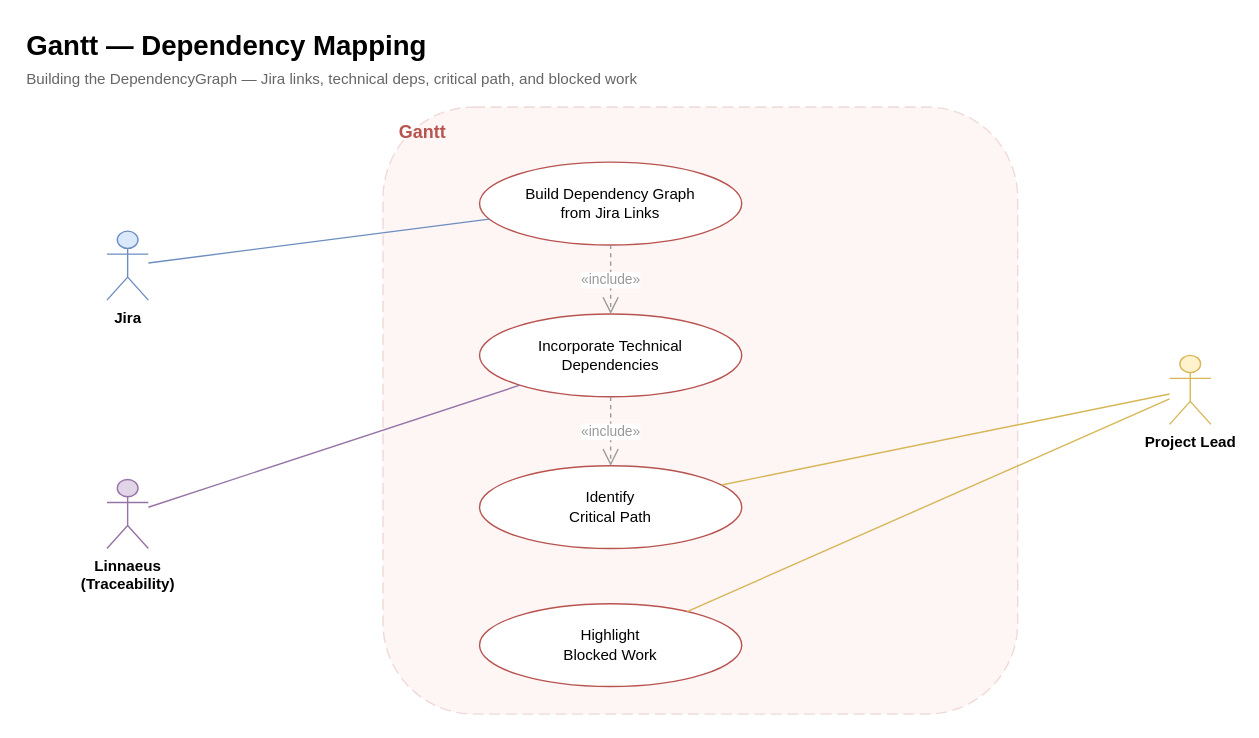
This is page "2 — Dependency Mapping" (2 of 4) of docs/diagrams/workforce/GANTT_USE_CASE.drawio from jmac-cornelis/agent-workforce, a draw.io file, before an edit. Source tidied: cells renumbered, new cells numbered last; positions are measured from the earlier drawing's top-left corner, leaving out a move shared by most shapes. Both pictures are drawn from the tidied source at 138%, with x=0, y=0 at pixel (23, 23).
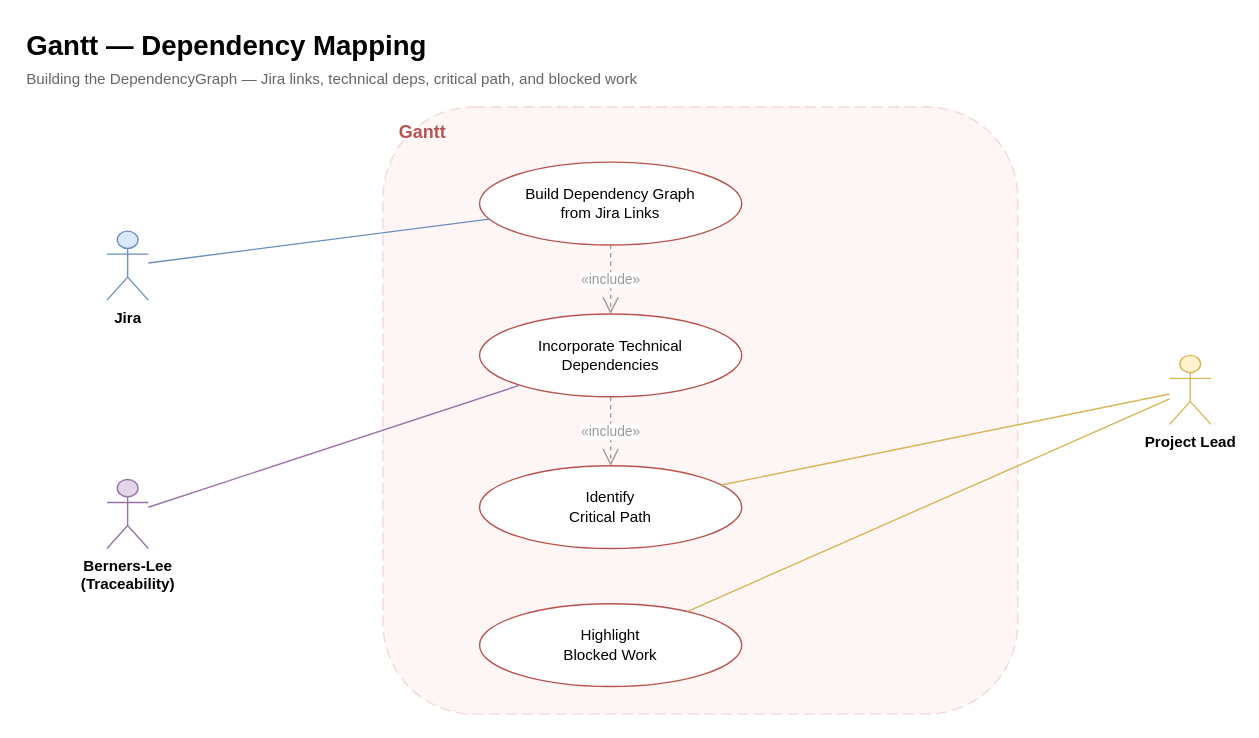
After the change.

Change to the diagram source:
```diff
@@
 <mxGraphModel>
   <root>
     <mxCell id="0" />
     <mxCell id="1" parent="0" />
     <mxCell id="2" value="Gantt — Dependency Mapping" style="text;html=1;strokeColor=none;fillColor=none;align=left;verticalAlign=middle;fontSize=20;fontStyle=1;" parent="1" vertex="1">
       <mxGeometry width="450" height="30" as="geometry" />
     </mxCell>
     <mxCell id="3" value="Building the DependencyGraph — Jira links, technical deps, critical path, and blocked work" style="text;html=1;strokeColor=none;fillColor=none;align=left;verticalAlign=middle;fontSize=11;fontColor=#666666;" parent="1" vertex="1">
       <mxGeometry y="30" width="600" height="20" as="geometry" />
     </mxCell>
     <mxCell id="4" style="rounded=1;whiteSpace=wrap;html=1;fillColor=#f8cecc;strokeColor=#b85450;opacity=20;dashed=1;dashPattern=8 4;" parent="1" vertex="1">
       <mxGeometry x="260" y="60" width="460" height="440" as="geometry" />
     </mxCell>
     <mxCell id="5" value="Gantt" style="text;html=1;strokeColor=none;fillColor=none;align=left;verticalAlign=middle;fontSize=13;fontStyle=1;fontColor=#b85450;" parent="1" vertex="1">
       <mxGeometry x="270" y="65" width="80" height="25" as="geometry" />
     </mxCell>
     <mxCell id="6" value="Jira" style="shape=umlActor;verticalLabelPosition=bottom;verticalAlign=top;html=1;outlineConnect=0;fontSize=11;fontStyle=1;fillColor=#dae8fc;strokeColor=#6c8ebf;" parent="1" vertex="1">
       <mxGeometry x="60" y="150" width="30" height="50" as="geometry" />
     </mxCell>
-    <mxCell id="7" value="Linnaeus&lt;br&gt;(Traceability)" style="shape=umlActor;verticalLabelPosition=bottom;verticalAlign=top;html=1;outlineConnect=0;fontSize=11;fontStyle=1;fillColor=#e1d5e7;strokeColor=#9673a6;" parent="1" vertex="1">
+    <mxCell id="7" value="Berners-Lee&lt;br&gt;(Traceability)" style="shape=umlActor;verticalLabelPosition=bottom;verticalAlign=top;html=1;outlineConnect=0;fontSize=11;fontStyle=1;fillColor=#e1d5e7;strokeColor=#9673a6;" parent="1" vertex="1">
       <mxGeometry x="60" y="330" width="30" height="50" as="geometry" />
     </mxCell>
     <mxCell id="8" value="Project Lead" style="shape=umlActor;verticalLabelPosition=bottom;verticalAlign=top;html=1;outlineConnect=0;fontSize=11;fontStyle=1;fillColor=#fff2cc;strokeColor=#d6b656;" parent="1" vertex="1">
       <mxGeometry x="830" y="240" width="30" height="50" as="geometry" />
     </mxCell>
     <mxCell id="9" value="Build Dependency Graph&lt;br&gt;from Jira Links" style="ellipse;whiteSpace=wrap;html=1;fillColor=#ffffff;strokeColor=#b85450;fontSize=11;" parent="1" vertex="1">
       <mxGeometry x="330" y="100" width="190" height="60" as="geometry" />
     </mxCell>
     <mxCell id="10" value="Incorporate Technical&lt;br&gt;Dependencies" style="ellipse;whiteSpace=wrap;html=1;fillColor=#ffffff;strokeColor=#b85450;fontSize=11;" parent="1" vertex="1">
       <mxGeometry x="330" y="210" width="190" height="60" as="geometry" />
     </mxCell>
     <mxCell id="11" value="Identify&lt;br&gt;Critical Path" style="ellipse;whiteSpace=wrap;html=1;fillColor=#ffffff;strokeColor=#b85450;fontSize=11;" parent="1" vertex="1">
       <mxGeometry x="330" y="320" width="190" height="60" as="geometry" />
     </mxCell>
     <mxCell id="12" value="Highlight&lt;br&gt;Blocked Work" style="ellipse;whiteSpace=wrap;html=1;fillColor=#ffffff;strokeColor=#b85450;fontSize=11;" parent="1" vertex="1">
       <mxGeometry x="330" y="420" width="190" height="60" as="geometry" />
     </mxCell>
     <mxCell id="13" style="endArrow=none;html=1;strokeColor=#6c8ebf;" parent="1" edge="1" source="6" target="9">
       <mxGeometry relative="1" as="geometry" />
     </mxCell>
     <mxCell id="14" style="endArrow=none;html=1;strokeColor=#9673a6;" parent="1" edge="1" source="7" target="10">
       <mxGeometry relative="1" as="geometry" />
     </mxCell>
     <mxCell id="15" style="endArrow=none;html=1;strokeColor=#d6b656;" parent="1" edge="1" source="11" target="8">
       <mxGeometry relative="1" as="geometry" />
     </mxCell>
     <mxCell id="16" style="endArrow=none;html=1;strokeColor=#d6b656;" parent="1" edge="1" source="12" target="8">
       <mxGeometry relative="1" as="geometry" />
     </mxCell>
     <mxCell id="17" value="&amp;laquo;include&amp;raquo;" style="endArrow=open;endSize=10;dashed=1;html=1;strokeColor=#999999;fontSize=10;fontColor=#999999;" parent="1" edge="1" source="9" target="10">
       <mxGeometry relative="1" as="geometry" />
     </mxCell>
     <mxCell id="18" value="&amp;laquo;include&amp;raquo;" style="endArrow=open;endSize=10;dashed=1;html=1;strokeColor=#999999;fontSize=10;fontColor=#999999;" parent="1" edge="1" source="10" target="11">
       <mxGeometry relative="1" as="geometry" />
     </mxCell>
   </root>
 </mxGraphModel>
```
